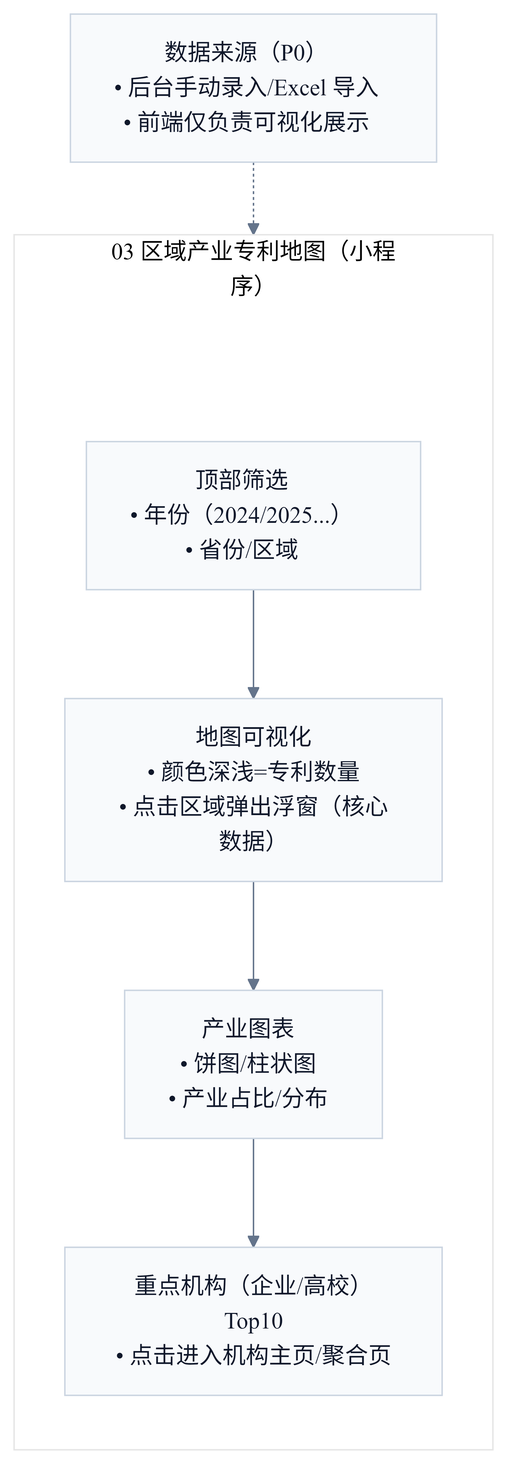
The Mermaid diagram docs/demo/rendered/03-patent-map.png in Ming-1984/Ipmoney, before a commit. Its source is kept beside it as docs/demo/pages/miniapp/03-patent-map.mmd. Its diagram source:
```mermaid
%%{init: {'theme':'base','flowchart': {'htmlLabels': true},'themeVariables': {'fontFamily': 'Inter, Microsoft YaHei, sans-serif','lineColor':'#64748B','primaryTextColor':'#0F172A','primaryBorderColor':'#CBD5E1','primaryColor':'#F8FAFC'}}}%%
flowchart TB
  subgraph P["03 区域产业专利地图（小程序）"]
    direction TB
    Pad[" "]:::pad
    Filter["顶部筛选<br/>• 年份（2024/2025...）<br/>• 省份/区域"]
    Map["地图可视化<br/>• 颜色深浅=专利数量<br/>• 点击区域弹出浮窗（核心数据）"]
    Charts["产业图表<br/>• 饼图/柱状图<br/>• 产业占比/分布"]
    TopList["重点机构（企业/高校）Top10<br/>• 点击进入机构主页/聚合页"]
    Pad --> Filter
    Filter --> Map --> Charts --> TopList
  end

  DataNote["数据来源（P0）<br/>• 后台手动录入/Excel 导入<br/>• 前端仅负责可视化展示"]
  DataNote -.-> P

  classDef pad fill:transparent,stroke:transparent,color:transparent;
  linkStyle 0 stroke:transparent,fill:transparent;
```
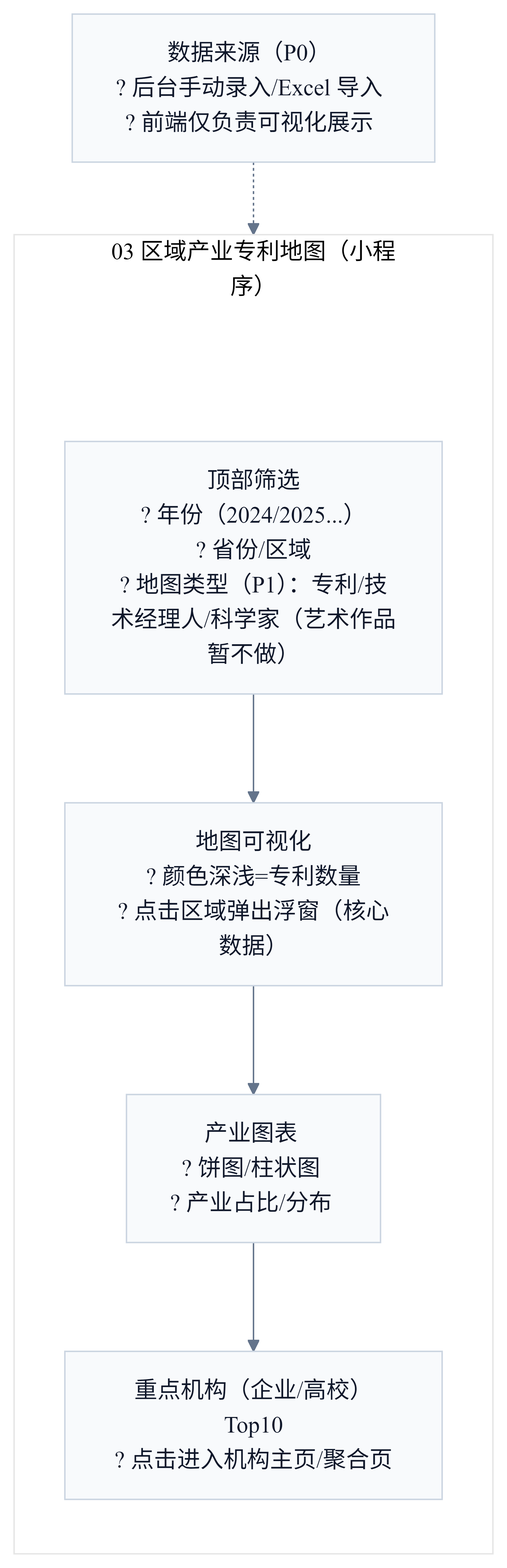
Above is the later version.

The edit, as a diff of the source:
```diff
@@ -3,15 +3,15 @@
   subgraph P["03 区域产业专利地图（小程序）"]
     direction TB
     Pad[" "]:::pad
-    Filter["顶部筛选<br/>• 年份（2024/2025...）<br/>• 省份/区域"]
-    Map["地图可视化<br/>• 颜色深浅=专利数量<br/>• 点击区域弹出浮窗（核心数据）"]
-    Charts["产业图表<br/>• 饼图/柱状图<br/>• 产业占比/分布"]
-    TopList["重点机构（企业/高校）Top10<br/>• 点击进入机构主页/聚合页"]
+    Filter["顶部筛选<br/>? 年份（2024/2025...）<br/>? 省份/区域<br/>? 地图类型（P1）：专利/技术经理人/科学家（艺术作品暂不做）"]
+    Map["地图可视化<br/>? 颜色深浅=专利数量<br/>? 点击区域弹出浮窗（核心数据）"]
+    Charts["产业图表<br/>? 饼图/柱状图<br/>? 产业占比/分布"]
+    TopList["重点机构（企业/高校）Top10<br/>? 点击进入机构主页/聚合页"]
     Pad --> Filter
     Filter --> Map --> Charts --> TopList
   end
 
-  DataNote["数据来源（P0）<br/>• 后台手动录入/Excel 导入<br/>• 前端仅负责可视化展示"]
+  DataNote["数据来源（P0）<br/>? 后台手动录入/Excel 导入<br/>? 前端仅负责可视化展示"]
   DataNote -.-> P
 
   classDef pad fill:transparent,stroke:transparent,color:transparent;
```
